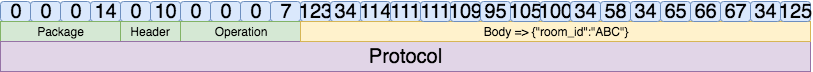
Above: doc/changeRoom.png in ht-co-wowtch/alakazam (draw.io), before the change. Source tidied: cells renumbered, new cells last; positions are measured from the earlier drawing's top-left corner, leaving out a move shared by most shapes.
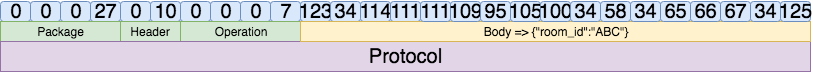
After the change.

The edit, as a diff of the source:
```diff
@@ -11,7 +11,7 @@
     <mxCell id="4" value="&lt;div style=&quot;font-size: 20px&quot;&gt;0&lt;/div&gt;" style="rounded=1;whiteSpace=wrap;html=1;fillColor=#dae8fc;strokeColor=#6c8ebf;fontSize=20;" parent="1" vertex="1">
       <mxGeometry x="60" width="30" height="20" as="geometry" />
     </mxCell>
-    <mxCell id="5" value="&lt;div style=&quot;font-size: 20px&quot;&gt;14&lt;/div&gt;" style="rounded=1;whiteSpace=wrap;html=1;fillColor=#dae8fc;strokeColor=#6c8ebf;fontSize=20;" parent="1" vertex="1">
+    <mxCell id="5" value="&lt;div style=&quot;font-size: 20px&quot;&gt;27&lt;/div&gt;" style="rounded=1;whiteSpace=wrap;html=1;fillColor=#dae8fc;strokeColor=#6c8ebf;fontSize=20;" parent="1" vertex="1">
       <mxGeometry x="90" width="30" height="20" as="geometry" />
     </mxCell>
     <mxCell id="6" value="&lt;div style=&quot;font-size: 20px&quot;&gt;10&lt;/div&gt;" style="rounded=1;whiteSpace=wrap;html=1;fillColor=#dae8fc;strokeColor=#6c8ebf;fontSize=20;" parent="1" vertex="1">
```
